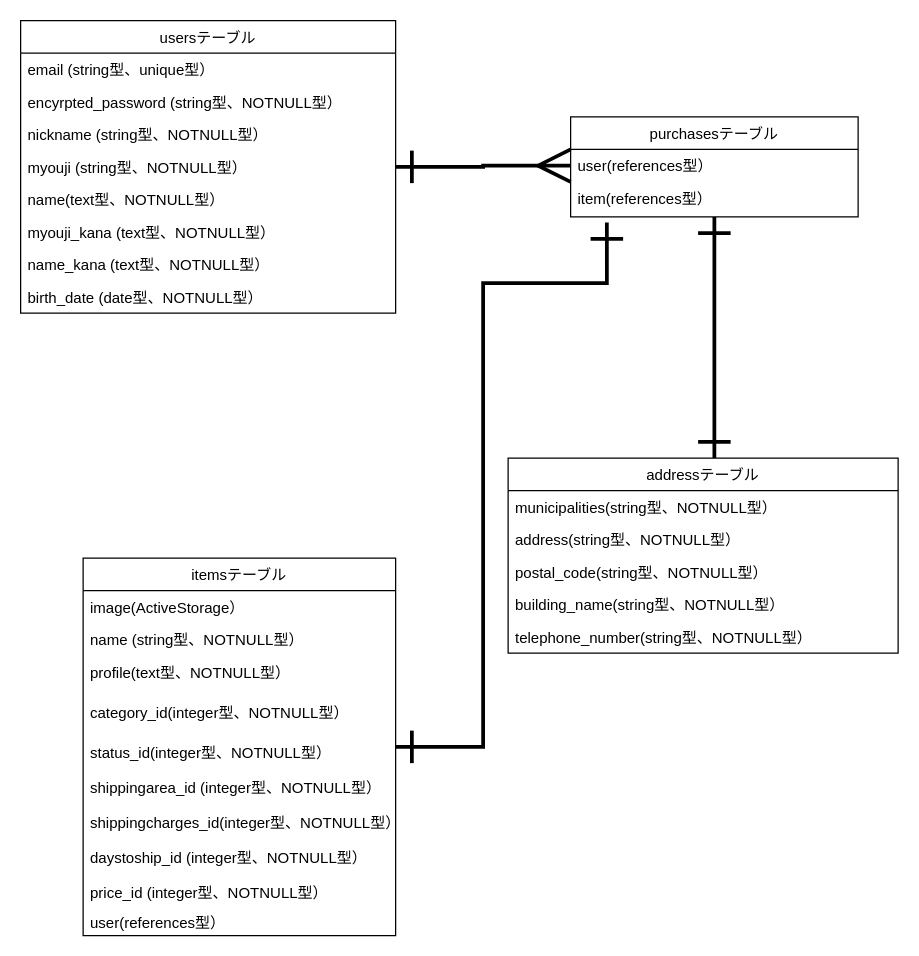
Before: er図.dio in inoue1231/furima-36584, a draw.io diagram. Source tidied: cells renumbered, new cells numbered last; positions are measured from the earlier drawing's top-left corner, leaving out a move shared by most shapes. Both pictures are drawn from the tidied source at 125%, with x=0, y=0 at pixel (20, 20).
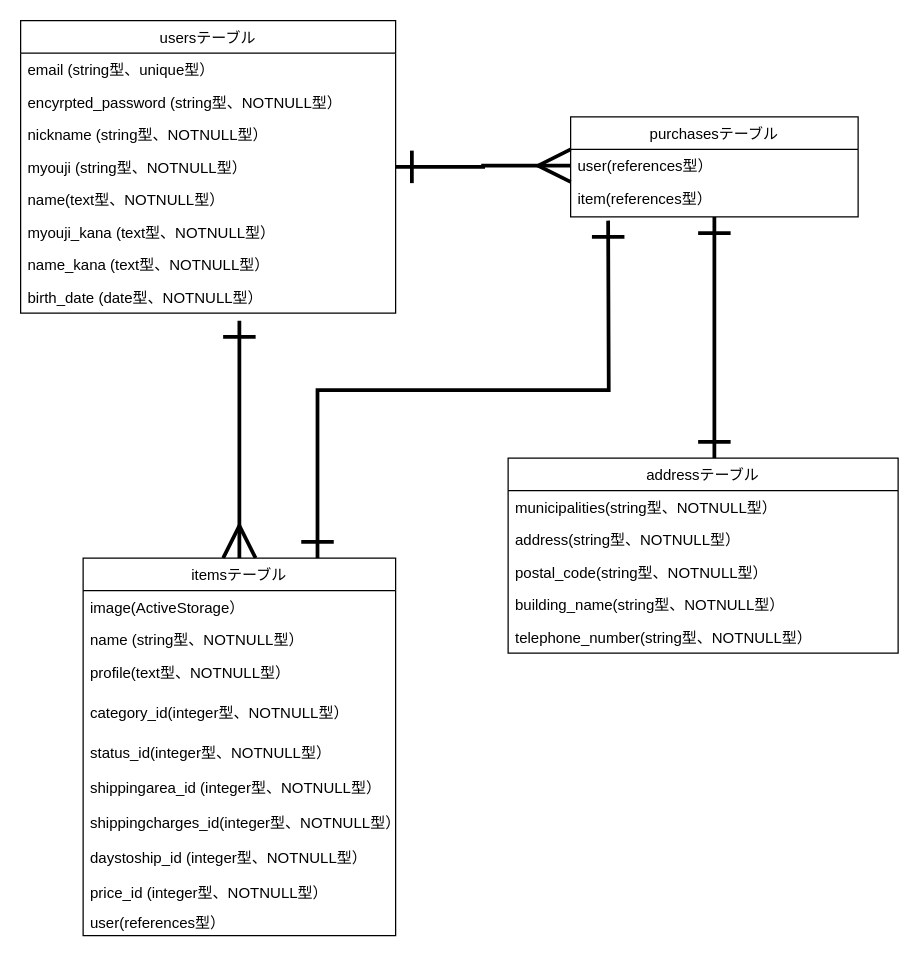
Above is the later version.

The change refers to these unchanged cells:
```xml
<mxCell id="12" value="itemsテーブル" style="swimlane;fontStyle=0;horizontal=1;startSize=26;" parent="1" vertex="1">
  <mxGeometry x="50" y="430" width="250" height="302" as="geometry" />
</mxCell>
<mxCell id="27" value="item(references型）" style="text;strokeColor=none;fillColor=none;align=left;verticalAlign=top;spacingLeft=4;spacingRight=4;overflow=hidden;points=[[0,0.5],[1,0.5]];portConstraint=eastwest;" parent="25" vertex="1">
  <mxGeometry y="52" width="230" height="28" as="geometry" />
</mxCell>
```

The edit, as a diff of the source:
```diff
@@
-    <mxCell id="11" style="edgeStyle=orthogonalEdgeStyle;rounded=0;jettySize=auto;html=1;entryX=0.126;entryY=1.163;entryDx=0;entryDy=0;entryPerimeter=0;startArrow=ERone;startFill=0;endArrow=ERone;endFill=0;startSize=22;endSize=22;strokeWidth=3;" parent="1" edge="1" source="12" target="27">
-      <mxGeometry relative="1" as="geometry">
-        <Array as="points">
-          <mxPoint x="370" y="581" />
-          <mxPoint x="370" y="210" />
-          <mxPoint x="469" y="210" />
-        </Array>
-      </mxGeometry>
-    </mxCell>
+    <mxCell id="35" style="edgeStyle=orthogonalEdgeStyle;rounded=0;jettySize=auto;html=1;startArrow=ERmany;startFill=0;endArrow=ERone;endFill=0;startSize=22;endSize=22;strokeWidth=3;" parent="1" edge="1" source="12">
+      <mxGeometry relative="1" as="geometry">
+        <mxPoint x="175" y="240" as="targetPoint" />
+      </mxGeometry>
+    </mxCell>
+    <mxCell id="36" style="edgeStyle=orthogonalEdgeStyle;rounded=0;jettySize=auto;html=1;exitX=0.75;exitY=0;exitDx=0;exitDy=0;startArrow=ERone;startFill=0;endArrow=ERone;endFill=0;startSize=22;endSize=22;strokeWidth=3;" parent="1" edge="1" source="12">
+      <mxGeometry relative="1" as="geometry">
+        <mxPoint x="470" y="160" as="targetPoint" />
+      </mxGeometry>
+    </mxCell>
```
